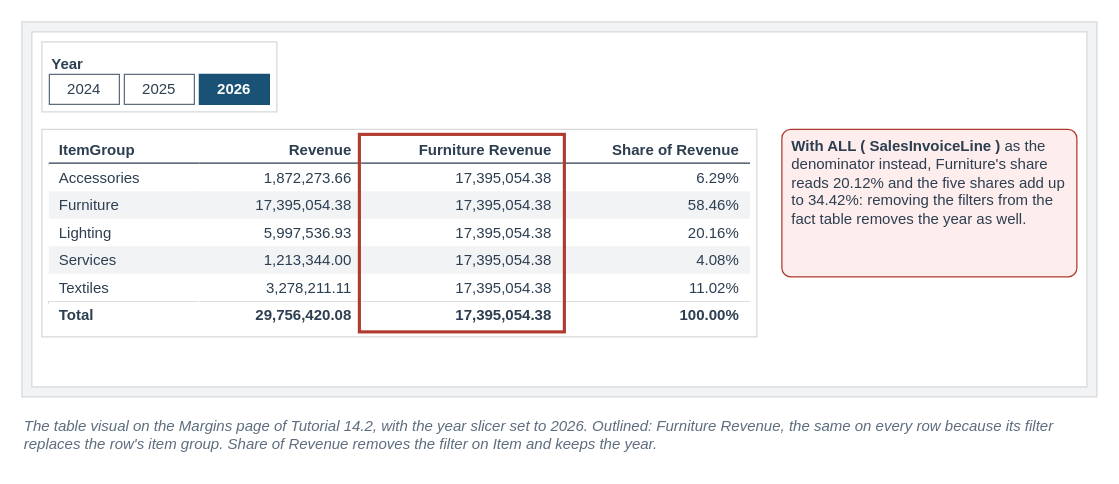
Above: visuals/src/fig-14-05-calculate.drawio in mmcodesso/Accounting_Analytics_Book (draw.io), before the change. Source tidied: cells renumbered, new cells numbered last; positions are measured from the earlier drawing's top-left corner, leaving out a move shared by most shapes. Both pictures are drawn from the tidied source at 125%, with x=0, y=0 at pixel (21, 21).
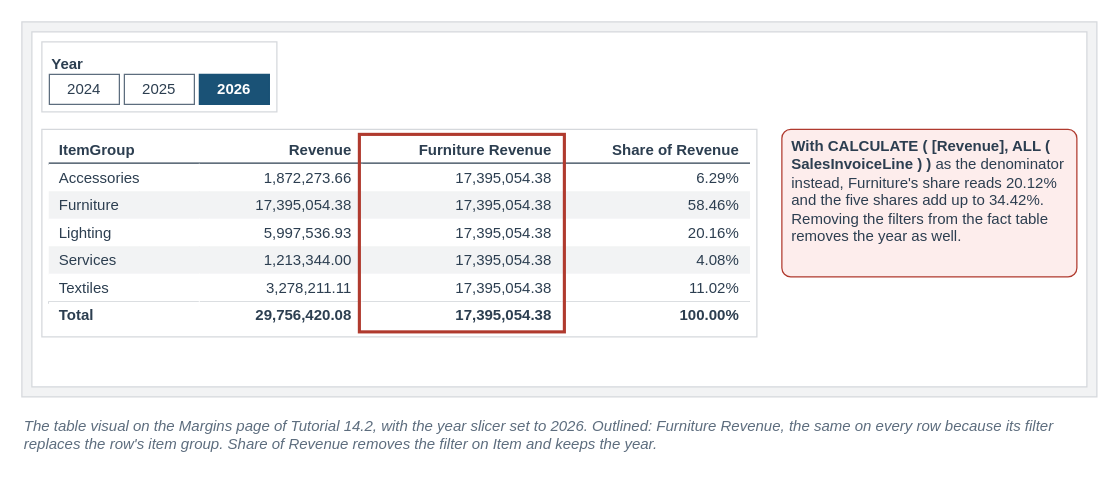
The same page after the edit.

Change to the diagram source:
```diff
@@
-    <mxCell id="41" value="&lt;b&gt;With ALL ( SalesInvoiceLine )&lt;/b&gt; as the denominator instead, Furniture's share reads 20.12% and the five shares add up to 34.42%: removing the filters from the fact table removes the year as well." style="rounded=1;arcSize=6;whiteSpace=wrap;html=1;fillColor=#FDEDEC;strokeColor=#B03A2E;strokeWidth=1;fontColor=#2C3E50;fontSize=12;fontStyle=0;align=left;verticalAlign=top;fontFamily=Helvetica;spacingLeft=6;spacingRight=6;" parent="1" vertex="1">
+    <mxCell id="41" value="&lt;b&gt;With CALCULATE ( [Revenue], ALL ( SalesInvoiceLine ) )&lt;/b&gt; as the denominator instead, Furniture's share reads 20.12% and the five shares add up to 34.42%. Removing the filters from the fact table removes the year as well." style="rounded=1;arcSize=6;whiteSpace=wrap;html=1;fillColor=#FDEDEC;strokeColor=#B03A2E;strokeWidth=1;fontColor=#2C3E50;fontSize=12;fontStyle=0;align=left;verticalAlign=top;fontFamily=Helvetica;spacingLeft=6;spacingRight=6;" parent="1" vertex="1">
       <mxGeometry x="608" y="86" width="236" height="118" as="geometry" />
     </mxCell>
```
